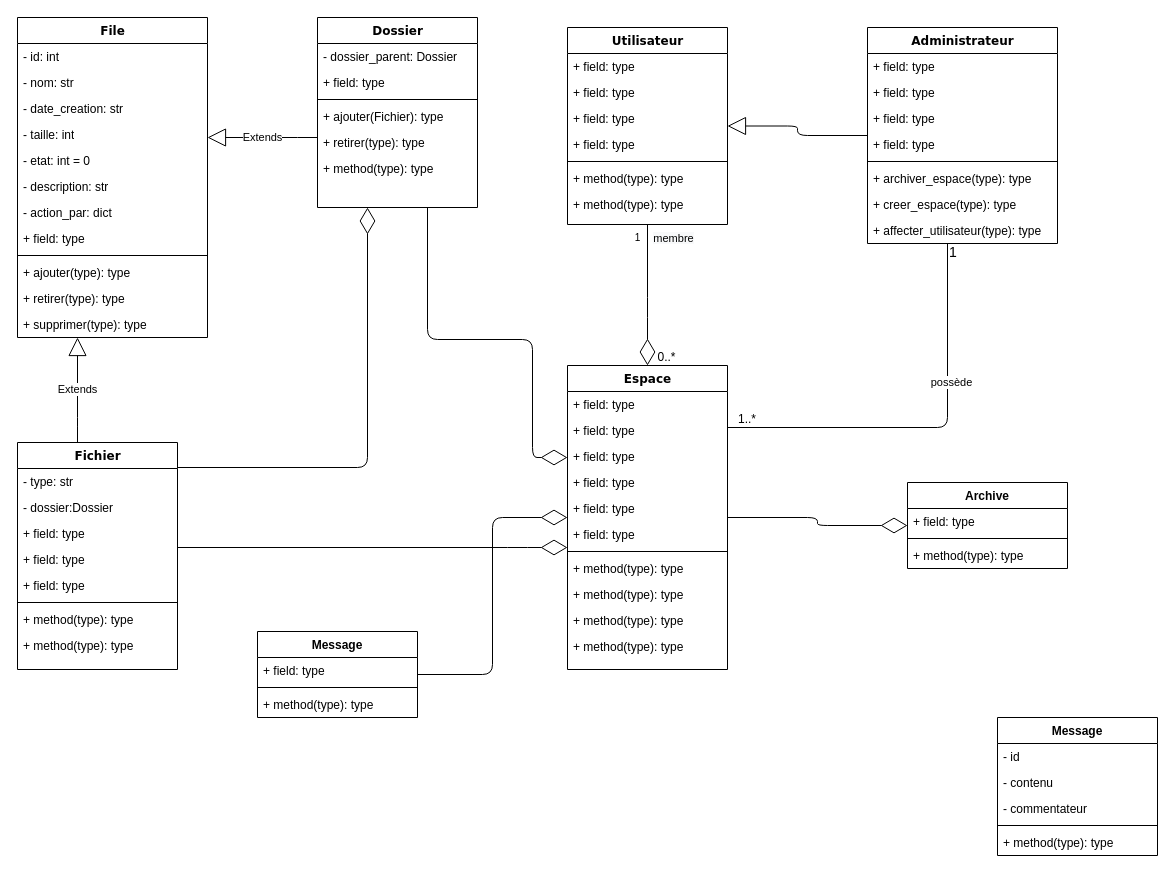
This is diagrams/Class.drawio from AbdourahamaneIssakaSani/ged, a draw.io file, before an edit. Source tidied: cells renumbered, new cells numbered last; positions are measured from the earlier drawing's top-left corner, leaving out a move shared by most shapes. Both pictures are drawn from the tidied source at 100%, with x=0, y=0 at pixel (17, 17).
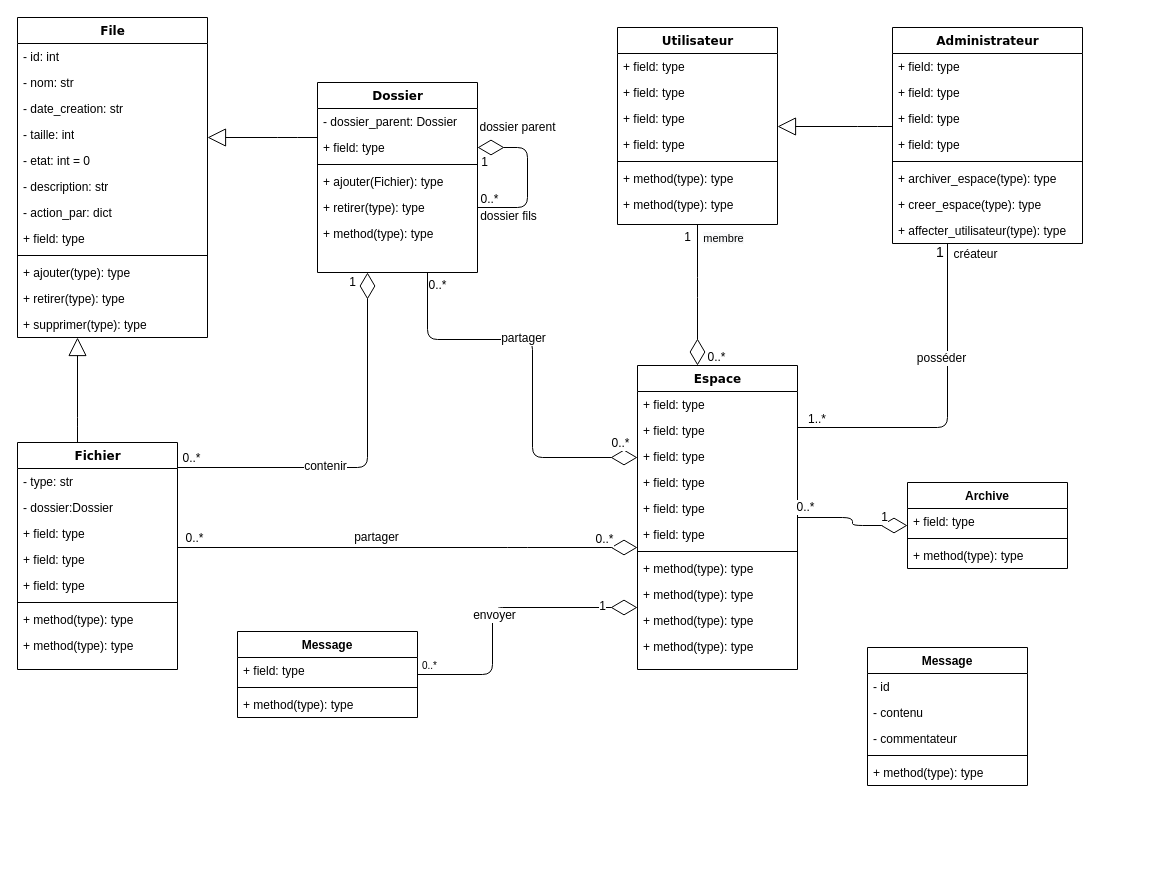
The same page after the edit.

The change refers to these unchanged cells:
```xml
<mxCell id="3" value="Fichier" style="swimlane;html=1;fontStyle=1;align=center;verticalAlign=top;horizontal=1;startSize=26;swimlaneFillColor=#ffffff;rounded=0;shadow=0;comic=0;labelBackgroundColor=none;strokeWidth=1;fillColor=none;fontFamily=Verdana;fontSize=12;" parent="1" vertex="1">
  <mxGeometry y="425" width="160" height="227" as="geometry" />
</mxCell>
<mxCell id="49" style="edgeStyle=orthogonalEdgeStyle;html=1;labelBackgroundColor=none;startFill=0;startSize=6;endArrow=diamondThin;endFill=0;endSize=24;fontFamily=Verdana;fontSize=12;elbow=vertical;" parent="1" edge="1" source="3" target="12">
  <mxGeometry relative="1" as="geometry">
    <Array as="points">
      <mxPoint x="350" y="450" />
    </Array>
  </mxGeometry>
</mxCell>
<mxCell id="50" style="endArrow=diamondThin;endFill=0;endSize=24;html=1;edgeStyle=orthogonalEdgeStyle;" parent="1" edge="1" source="27" target="55">
  <mxGeometry relative="1" as="geometry" />
</mxCell>
<mxCell id="51" style="endArrow=diamondThin;endFill=0;endSize=24;html=1;edgeStyle=elbowEdgeStyle;elbow=vertical;" parent="1" edge="1" source="3" target="27">
  <mxGeometry relative="1" as="geometry">
    <Array as="points">
      <mxPoint x="500" y="530" />
    </Array>
  </mxGeometry>
</mxCell>
<mxCell id="59" value="File" style="swimlane;html=1;fontStyle=1;align=center;verticalAlign=top;horizontal=1;startSize=26;swimlaneFillColor=#ffffff;rounded=0;shadow=0;comic=0;labelBackgroundColor=none;strokeWidth=1;fillColor=none;fontFamily=Verdana;fontSize=12;" parent="1" vertex="1">
  <mxGeometry width="190" height="320" as="geometry" />
</mxCell>
<mxCell id="85" style="endArrow=none;html=1;shadow=0;startSize=6;endSize=24;edgeStyle=orthogonalEdgeStyle;" parent="1" edge="1" source="40" target="27">
  <mxGeometry relative="1" as="geometry">
    <Array as="points">
      <mxPoint x="930" y="410" />
    </Array>
  </mxGeometry>
</mxCell>
```

What changed in the source:
```diff
@@
-    <mxCell id="2" style="endArrow=diamondThin;endFill=0;endSize=24;html=1;edgeStyle=orthogonalEdgeStyle;" parent="1" edge="1" source="12" target="27">
+    <mxCell id="2" style="endArrow=diamondThin;endFill=0;endSize=24;html=1;edgeStyle=orthogonalEdgeStyle;fontSize=12;" parent="1" edge="1" source="12" target="27">
       <mxGeometry relative="1" as="geometry">
         <Array as="points">
           <mxPoint x="410" y="322" />
           <mxPoint x="515" y="322" />
           <mxPoint x="515" y="440" />
         </Array>
       </mxGeometry>
     </mxCell>
+    <mxCell id="89" value="&lt;font style=&quot;font-size: 12px&quot;&gt;partager&lt;/font&gt;" style="edgeLabel;html=1;align=center;verticalAlign=middle;" parent="2" vertex="1">
+      <mxGeometry x="-0.18" y="-1" relative="1" as="geometry">
+        <mxPoint y="-3" as="offset" />
+      </mxGeometry>
+    </mxCell>
+    <mxCell id="90" value="&lt;font style=&quot;font-size: 12px&quot;&gt;0..*&lt;/font&gt;" style="edgeLabel;html=1;align=center;verticalAlign=middle;" parent="2" vertex="1">
+      <mxGeometry x="0.81" y="2" relative="1" as="geometry">
+        <mxPoint x="20" y="-13" as="offset" />
+      </mxGeometry>
+    </mxCell>
+    <mxCell id="91" value="0..*" style="edgeLabel;html=1;align=center;verticalAlign=middle;fontSize=12;" parent="2" vertex="1">
+      <mxGeometry x="-0.94" y="1" relative="1" as="geometry">
+        <mxPoint x="8" as="offset" />
+      </mxGeometry>
+    </mxCell>
@@
     <mxCell id="12" value="Dossier" style="swimlane;html=1;fontStyle=1;align=center;verticalAlign=top;horizontal=1;startSize=26;swimlaneFillColor=#ffffff;rounded=0;shadow=0;comic=0;labelBackgroundColor=none;strokeWidth=1;fillColor=none;fontFamily=Verdana;fontSize=12;" parent="1" vertex="1">
-      <mxGeometry x="300" width="160" height="190" as="geometry" />
+      <mxGeometry x="300" y="65" width="160" height="190" as="geometry" />
     </mxCell>
@@
     <mxCell id="19" value="Utilisateur" style="swimlane;html=1;fontStyle=1;align=center;verticalAlign=top;horizontal=1;startSize=26;swimlaneFillColor=#ffffff;rounded=0;shadow=0;comic=0;labelBackgroundColor=none;strokeWidth=1;fontFamily=Verdana;fontSize=12;" parent="1" vertex="1">
-      <mxGeometry x="550" y="10" width="160" height="197" as="geometry" />
+      <mxGeometry x="600" y="10" width="160" height="197" as="geometry" />
     </mxCell>
@@
     <mxCell id="27" value="Espace" style="swimlane;html=1;fontStyle=1;align=center;verticalAlign=top;horizontal=1;startSize=26;swimlaneFillColor=#ffffff;rounded=0;shadow=0;comic=0;labelBackgroundColor=none;strokeWidth=1;fillColor=none;fontFamily=Verdana;fontSize=12;" parent="1" vertex="1">
-      <mxGeometry x="550" y="348" width="160" height="304" as="geometry" />
+      <mxGeometry x="620" y="348" width="160" height="304" as="geometry" />
     </mxCell>
@@
     <mxCell id="39" style="edgeStyle=orthogonalEdgeStyle;html=1;labelBackgroundColor=none;startFill=0;startSize=8;endArrow=block;endFill=0;endSize=16;fontFamily=Verdana;fontSize=12;" parent="1" edge="1" source="40" target="19">
-      <mxGeometry relative="1" as="geometry" />
+      <mxGeometry relative="1" as="geometry">
+        <Array as="points">
+          <mxPoint x="850" y="109" />
+          <mxPoint x="850" y="109" />
+        </Array>
+      </mxGeometry>
     </mxCell>
     <mxCell id="40" value="Administrateur" style="swimlane;html=1;fontStyle=1;align=center;verticalAlign=top;horizontal=1;startSize=26;swimlaneFillColor=#ffffff;rounded=0;shadow=0;comic=0;labelBackgroundColor=none;strokeWidth=1;fillColor=none;fontFamily=Verdana;fontSize=12;" parent="1" vertex="1">
-      <mxGeometry x="850" y="10" width="190" height="216" as="geometry" />
+      <mxGeometry x="875" y="10" width="190" height="216" as="geometry" />
     </mxCell>
@@
+    <mxCell id="92" value="1" style="edgeLabel;html=1;align=center;verticalAlign=middle;fontSize=12;" parent="49" vertex="1">
+      <mxGeometry x="0.89" y="1" relative="1" as="geometry">
+        <mxPoint x="-15" y="-12" as="offset" />
+      </mxGeometry>
+    </mxCell>
+    <mxCell id="93" value="0..*" style="edgeLabel;html=1;align=center;verticalAlign=middle;fontSize=12;" parent="49" vertex="1">
+      <mxGeometry x="-0.94" y="3" relative="1" as="geometry">
+        <mxPoint x="1" y="-7" as="offset" />
+      </mxGeometry>
+    </mxCell>
+    <mxCell id="94" value="contenir" style="edgeLabel;html=1;align=center;verticalAlign=middle;fontSize=12;" parent="49" vertex="1">
+      <mxGeometry x="-0.19" y="-2" relative="1" as="geometry">
+        <mxPoint x="-9" y="-4" as="offset" />
+      </mxGeometry>
+    </mxCell>
@@
+    <mxCell id="95" value="&lt;span style=&quot;font-size: 12px&quot;&gt;0..*&lt;/span&gt;" style="edgeLabel;html=1;align=center;verticalAlign=middle;" parent="50" vertex="1">
+      <mxGeometry x="-0.83" y="-1" relative="1" as="geometry">
+        <mxPoint x="-3" y="-12" as="offset" />
+      </mxGeometry>
+    </mxCell>
+    <mxCell id="96" value="1" style="edgeLabel;html=1;align=center;verticalAlign=middle;fontSize=12;" parent="50" vertex="1">
+      <mxGeometry x="0.84" y="-3" relative="1" as="geometry">
+        <mxPoint x="-15" y="-12" as="offset" />
+      </mxGeometry>
+    </mxCell>
@@
+    <mxCell id="97" value="&lt;font style=&quot;font-size: 12px&quot;&gt;partager&lt;/font&gt;" style="edgeLabel;html=1;align=center;verticalAlign=middle;" parent="51" vertex="1">
+      <mxGeometry x="-0.14" y="-2" relative="1" as="geometry">
+        <mxPoint y="-13" as="offset" />
+      </mxGeometry>
+    </mxCell>
+    <mxCell id="98" value="0..*" style="edgeLabel;html=1;align=center;verticalAlign=middle;fontSize=12;" parent="51" vertex="1">
+      <mxGeometry x="-0.95" y="2" relative="1" as="geometry">
+        <mxPoint x="4" y="-8" as="offset" />
+      </mxGeometry>
+    </mxCell>
+    <mxCell id="99" value="0..*" style="edgeLabel;html=1;align=center;verticalAlign=middle;fontSize=12;" parent="51" vertex="1">
+      <mxGeometry x="0.87" relative="1" as="geometry">
+        <mxPoint x="-4" y="-9" as="offset" />
+      </mxGeometry>
+    </mxCell>
-    <mxCell id="52" value="&lt;font size=&quot;1&quot;&gt;1&lt;/font&gt;" style="endArrow=diamondThin;endFill=0;endSize=24;html=1;edgeStyle=elbowEdgeStyle;" parent="1" edge="1" source="19" target="27">
+    <mxCell id="52" value="&lt;font style=&quot;font-size: 12px&quot;&gt;1&lt;/font&gt;" style="endArrow=diamondThin;endFill=0;endSize=24;html=1;edgeStyle=elbowEdgeStyle;" parent="1" edge="1" source="19" target="27">
       <mxGeometry x="-0.82" y="-10" relative="1" as="geometry">
         <Array as="points">
+          <mxPoint x="680" y="270" />
           <mxPoint x="630" y="290" />
           <mxPoint x="610" y="270" />
           <mxPoint x="630" y="300" />
         </Array>
       </mxGeometry>
     </mxCell>
@@
-    <mxCell id="72" value="Extends" style="endArrow=block;endSize=16;endFill=0;html=1;edgeStyle=orthogonalEdgeStyle;" parent="1" edge="1" source="12" target="59">
+    <mxCell id="72" style="endArrow=block;endSize=16;endFill=0;html=1;edgeStyle=orthogonalEdgeStyle;" parent="1" edge="1" source="12" target="59">
       <mxGeometry relative="1" as="geometry">
         <Array as="points">
           <mxPoint x="270" y="120" />
           <mxPoint x="270" y="120" />
         </Array>
       </mxGeometry>
     </mxCell>
-    <mxCell id="73" value="Extends" style="endArrow=block;endSize=16;endFill=0;html=1;edgeStyle=orthogonalEdgeStyle;" parent="1" edge="1" source="3" target="59">
+    <mxCell id="73" style="endArrow=block;endSize=16;endFill=0;html=1;edgeStyle=orthogonalEdgeStyle;" parent="1" edge="1" source="3" target="59">
       <mxGeometry relative="1" as="geometry">
         <Array as="points">
           <mxPoint x="60" y="410" />
           <mxPoint x="60" y="410" />
         </Array>
       </mxGeometry>
     </mxCell>
     <mxCell id="74" value="Message" style="swimlane;fontStyle=1;align=center;verticalAlign=top;horizontal=1;startSize=26;" parent="1" vertex="1">
-      <mxGeometry x="980" y="700" width="160" height="138" as="geometry" />
+      <mxGeometry x="850" y="630" width="160" height="138" as="geometry" />
     </mxCell>
@@
     <mxCell id="80" style="endArrow=diamondThin;endFill=0;endSize=24;html=1;snapToPoint=0;fixDash=0;noJump=0;shadow=0;sketch=0;edgeStyle=orthogonalEdgeStyle;" parent="1" edge="1" source="81" target="27">
-      <mxGeometry relative="1" as="geometry" />
+      <mxGeometry relative="1" as="geometry">
+        <Array as="points">
+          <mxPoint x="475" y="657" />
+          <mxPoint x="475" y="590" />
+        </Array>
+      </mxGeometry>
     </mxCell>
+    <mxCell id="100" value="&lt;font style=&quot;font-size: 12px&quot;&gt;envoyer&lt;/font&gt;" style="edgeLabel;html=1;align=center;verticalAlign=middle;" parent="80" vertex="1">
+      <mxGeometry x="-0.06" y="-1" relative="1" as="geometry" />
+    </mxCell>
+    <mxCell id="101" value="&lt;font size=&quot;1&quot;&gt;0..*&lt;/font&gt;" style="edgeLabel;html=1;align=center;verticalAlign=middle;" parent="80" vertex="1">
+      <mxGeometry x="-0.95" y="-1" relative="1" as="geometry">
+        <mxPoint x="4" y="-11" as="offset" />
+      </mxGeometry>
+    </mxCell>
+    <mxCell id="102" value="1" style="edgeLabel;html=1;align=center;verticalAlign=middle;fontSize=12;" parent="80" vertex="1">
+      <mxGeometry x="0.78" y="2" relative="1" as="geometry">
+        <mxPoint x="-4" as="offset" />
+      </mxGeometry>
+    </mxCell>
     <mxCell id="81" value="Message" style="swimlane;fontStyle=1;align=center;verticalAlign=top;horizontal=1;startSize=26;" parent="1" vertex="1">
-      <mxGeometry x="240" y="614" width="160" height="86" as="geometry" />
+      <mxGeometry x="220" y="614" width="180" height="86" as="geometry" />
     </mxCell>
     <mxCell id="82" value="+ field: type" style="text;strokeColor=none;fillColor=none;align=left;verticalAlign=top;spacingLeft=4;spacingRight=4;overflow=hidden;" parent="81" vertex="1">
-      <mxGeometry y="26" width="160" height="26" as="geometry" />
+      <mxGeometry y="26" width="180" height="26" as="geometry" />
     </mxCell>
     <mxCell id="83" style="line;strokeWidth=1;fillColor=none;align=left;verticalAlign=middle;spacingTop=-1;spacingLeft=3;spacingRight=3;labelPosition=right;" parent="81" vertex="1">
-      <mxGeometry y="52" width="160" height="8" as="geometry" />
+      <mxGeometry y="52" width="180" height="8" as="geometry" />
     </mxCell>
     <mxCell id="84" value="+ method(type): type" style="text;strokeColor=none;fillColor=none;align=left;verticalAlign=top;spacingLeft=4;spacingRight=4;overflow=hidden;" parent="81" vertex="1">
-      <mxGeometry y="60" width="160" height="26" as="geometry" />
+      <mxGeometry y="60" width="180" height="26" as="geometry" />
     </mxCell>
@@
     <mxCell id="86" value="1" style="edgeLabel;html=1;align=left;verticalAlign=bottom;fontSize=14;" parent="85" vertex="1">
       <mxGeometry x="-1" relative="1" as="geometry">
-        <mxPoint y="19" as="offset" />
+        <mxPoint x="-13" y="19" as="offset" />
       </mxGeometry>
     </mxCell>
@@
-    <mxCell id="88" value="possède" style="edgeLabel;html=1;align=center;verticalAlign=middle;" parent="85" vertex="1">
+    <mxCell id="88" value="&lt;font style=&quot;font-size: 12px&quot;&gt;posséder&lt;/font&gt;" style="edgeLabel;html=1;align=center;verticalAlign=middle;" parent="85" vertex="1">
       <mxGeometry x="-0.31" y="3" relative="1" as="geometry">
-        <mxPoint y="-1" as="offset" />
+        <mxPoint x="-10" y="-1" as="offset" />
       </mxGeometry>
     </mxCell>
+    <mxCell id="103" value="créateur" style="edgeLabel;html=1;align=center;verticalAlign=middle;fontSize=12;" parent="85" vertex="1">
+      <mxGeometry x="-0.88" y="1" relative="1" as="geometry">
+        <mxPoint x="26" y="-10" as="offset" />
+      </mxGeometry>
+    </mxCell>
+    <mxCell id="104" style="endArrow=diamondThin;endFill=0;endSize=24;html=1;fontSize=12;edgeStyle=orthogonalEdgeStyle;" parent="1" edge="1" source="12" target="12">
+      <mxGeometry relative="1" as="geometry">
+        <Array as="points">
+          <mxPoint x="510" y="190" />
+          <mxPoint x="510" y="130" />
+        </Array>
+      </mxGeometry>
+    </mxCell>
+    <mxCell id="105" value="0..*" style="edgeLabel;html=1;align=center;verticalAlign=middle;fontSize=12;" parent="104" vertex="1">
+      <mxGeometry x="-0.88" relative="1" as="geometry">
+        <mxPoint x="1" y="-9" as="offset" />
+      </mxGeometry>
+    </mxCell>
+    <mxCell id="106" value="1" style="edgeLabel;html=1;align=center;verticalAlign=middle;fontSize=12;" parent="104" vertex="1">
+      <mxGeometry x="0.59" y="-2" relative="1" as="geometry">
+        <mxPoint x="-27" y="16" as="offset" />
+      </mxGeometry>
+    </mxCell>
+    <mxCell id="107" value="dossier parent" style="edgeLabel;html=1;align=center;verticalAlign=middle;fontSize=12;" parent="104" vertex="1">
+      <mxGeometry x="0.32" y="4" relative="1" as="geometry">
+        <mxPoint x="-7" y="-25" as="offset" />
+      </mxGeometry>
+    </mxCell>
+    <mxCell id="108" value="dossier fils" style="edgeLabel;html=1;align=center;verticalAlign=middle;fontSize=12;" parent="104" vertex="1">
+      <mxGeometry x="-0.8" relative="1" as="geometry">
+        <mxPoint x="14" y="8" as="offset" />
+      </mxGeometry>
+    </mxCell>
```
